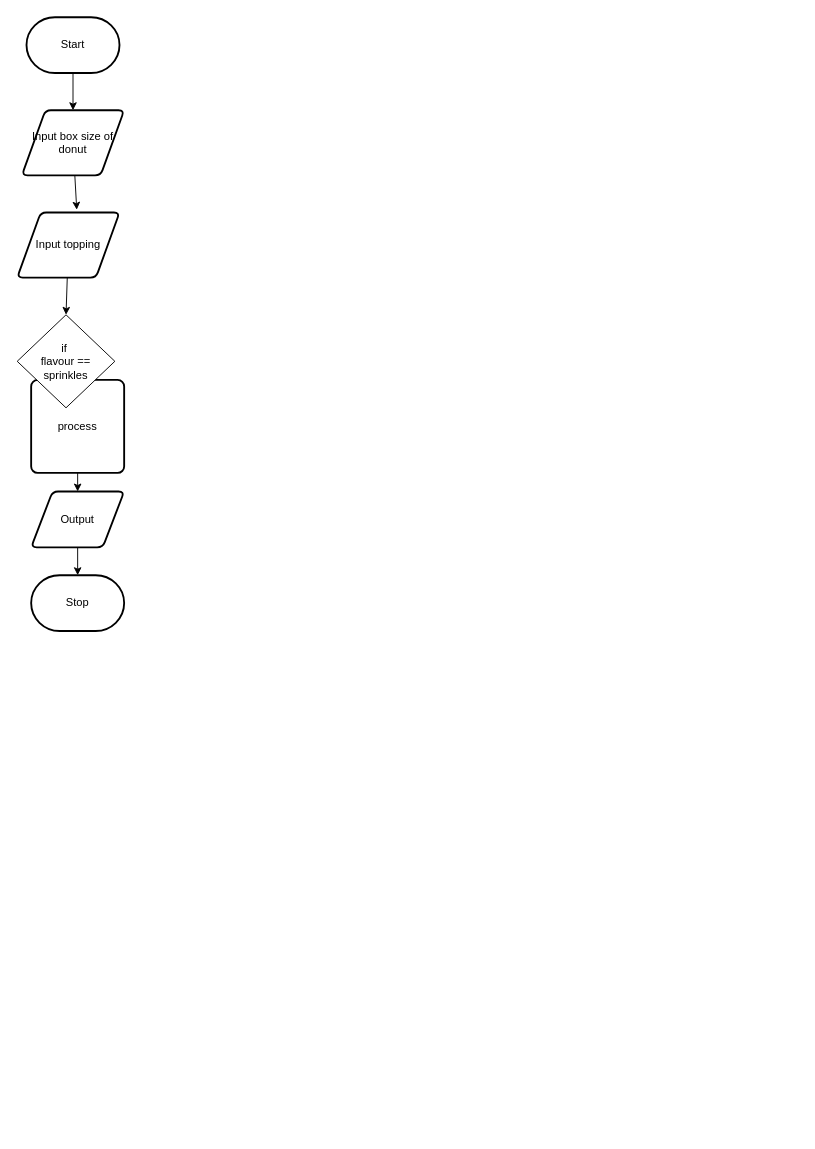
Liya-Getachew/ICS2O-Assignment-4 keeps this draw.io diagram as design/flow-chart.drawio. Above is the earlier version. Source tidied: cells renumbered, new cells numbered last; positions are measured from the earlier drawing's top-left corner, leaving out a move shared by most shapes. Both pictures are drawn from the tidied source at 93%, with x=0, y=0 at pixel (17, 17).
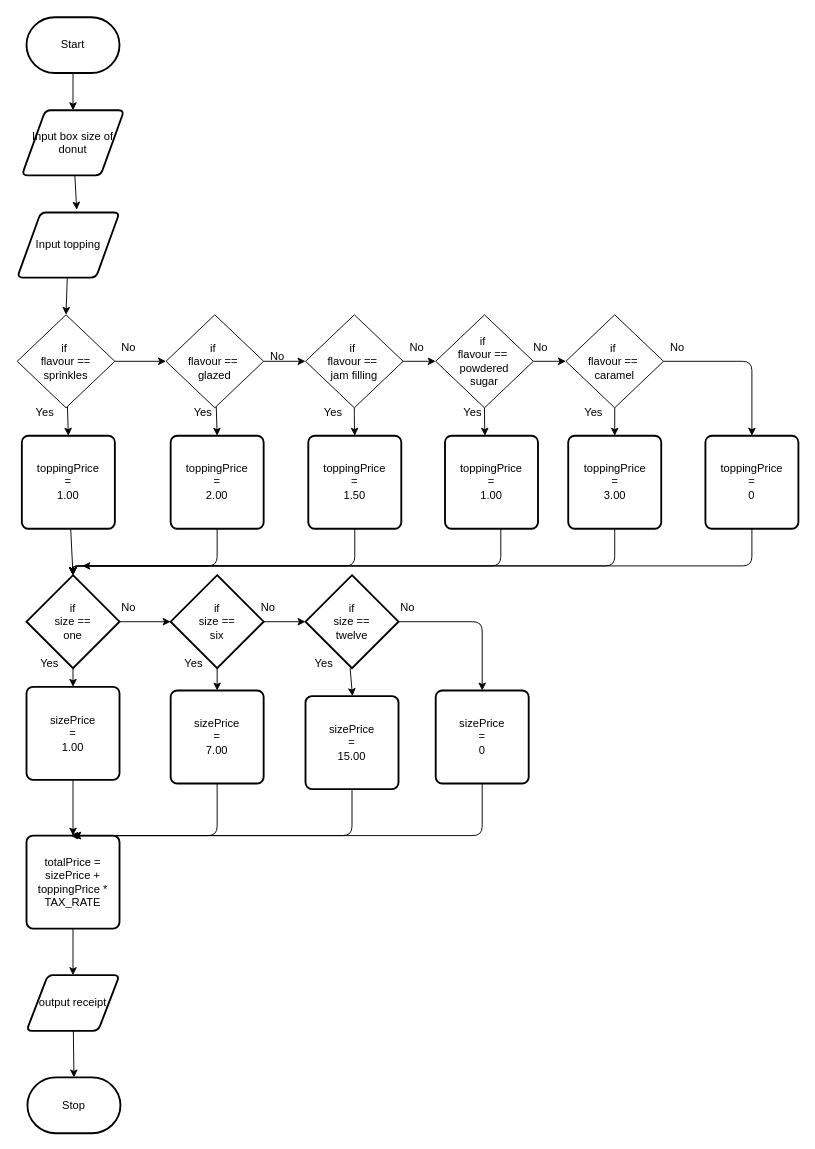
The same page after the edit.

Commit message (it also covers changes not shown here):
flow chart

Unchanged cells that the change refers to:
```xml
<mxCell id="13" value="if&amp;nbsp;&lt;br&gt;flavour == sprinkles" style="rhombus;whiteSpace=wrap;html=1;" parent="1" vertex="1">
  <mxGeometry y="320" width="105" height="100" as="geometry" />
</mxCell>
```

Change to the diagram source:
```diff
@@
-    <mxCell id="6" style="edgeStyle=none;html=1;" parent="1" edge="1" source="7" target="9">
-      <mxGeometry relative="1" as="geometry" />
-    </mxCell>
+    <mxCell id="14" style="edgeStyle=none;html=1;entryX=0.5;entryY=0;entryDx=0;entryDy=0;entryPerimeter=0;" parent="1" edge="1" source="7" target="19">
+      <mxGeometry relative="1" as="geometry" />
+    </mxCell>
-    <mxCell id="7" value="process" style="rounded=1;whiteSpace=wrap;html=1;absoluteArcSize=1;arcSize=14;strokeWidth=2;" parent="1" vertex="1">
-      <mxGeometry x="15" y="390" width="100" height="100" as="geometry" />
+    <mxCell id="7" value="toppingPrice&lt;br&gt;=&lt;br&gt;1.00" style="rounded=1;whiteSpace=wrap;html=1;absoluteArcSize=1;arcSize=14;strokeWidth=2;" parent="1" vertex="1">
+      <mxGeometry x="5" y="450" width="100" height="100" as="geometry" />
     </mxCell>
-    <mxCell id="8" style="edgeStyle=none;html=1;" parent="1" edge="1" source="9" target="10">
-      <mxGeometry relative="1" as="geometry" />
-    </mxCell>
-    <mxCell id="9" value="Output" style="shape=parallelogram;html=1;strokeWidth=2;perimeter=parallelogramPerimeter;whiteSpace=wrap;rounded=1;arcSize=12;size=0.23;" parent="1" vertex="1">
-      <mxGeometry x="15" y="510" width="100" height="60" as="geometry" />
-    </mxCell>
     <mxCell id="10" value="Stop" style="strokeWidth=2;html=1;shape=mxgraph.flowchart.terminator;whiteSpace=wrap;" parent="1" vertex="1">
-      <mxGeometry x="15" y="600" width="100" height="60" as="geometry" />
+      <mxGeometry x="11" y="1140" width="100" height="60" as="geometry" />
     </mxCell>
@@
+    <mxCell id="15" style="edgeStyle=none;html=1;entryX=0.5;entryY=0;entryDx=0;entryDy=0;" parent="1" edge="1" source="13" target="7">
+      <mxGeometry relative="1" as="geometry" />
+    </mxCell>
+    <mxCell id="16" style="edgeStyle=none;html=1;entryX=0;entryY=0.5;entryDx=0;entryDy=0;" parent="1" edge="1" source="13" target="30">
+      <mxGeometry relative="1" as="geometry" />
+    </mxCell>
@@
+    <mxCell id="17" style="edgeStyle=none;html=1;entryX=0.5;entryY=0;entryDx=0;entryDy=0;" parent="1" edge="1" source="19" target="21">
+      <mxGeometry relative="1" as="geometry" />
+    </mxCell>
+    <mxCell id="18" style="edgeStyle=orthogonalEdgeStyle;html=1;entryX=0;entryY=0.5;entryDx=0;entryDy=0;entryPerimeter=0;" parent="1" edge="1" source="19" target="61">
+      <mxGeometry relative="1" as="geometry" />
+    </mxCell>
+    <mxCell id="19" value="if &lt;br&gt;size ==&lt;br&gt;one" style="strokeWidth=2;html=1;shape=mxgraph.flowchart.decision;whiteSpace=wrap;" parent="1" vertex="1">
+      <mxGeometry x="10" y="600" width="100" height="100" as="geometry" />
+    </mxCell>
+    <mxCell id="20" style="edgeStyle=none;html=1;entryX=0.5;entryY=0;entryDx=0;entryDy=0;" parent="1" edge="1" source="21" target="23">
+      <mxGeometry relative="1" as="geometry" />
+    </mxCell>
+    <mxCell id="21" value="sizePrice&lt;br&gt;=&lt;br&gt;1.00" style="rounded=1;whiteSpace=wrap;html=1;absoluteArcSize=1;arcSize=14;strokeWidth=2;" parent="1" vertex="1">
+      <mxGeometry x="10" y="720" width="100" height="100" as="geometry" />
+    </mxCell>
+    <mxCell id="22" style="edgeStyle=none;html=1;entryX=0.5;entryY=0;entryDx=0;entryDy=0;" parent="1" edge="1" source="23" target="25">
+      <mxGeometry relative="1" as="geometry" />
+    </mxCell>
+    <mxCell id="23" value="totalPrice =&lt;br&gt;sizePrice + toppingPrice * TAX_RATE" style="rounded=1;whiteSpace=wrap;html=1;absoluteArcSize=1;arcSize=14;strokeWidth=2;" parent="1" vertex="1">
+      <mxGeometry x="10" y="880" width="100" height="100" as="geometry" />
+    </mxCell>
+    <mxCell id="24" style="edgeStyle=none;html=1;entryX=0.5;entryY=0;entryDx=0;entryDy=0;entryPerimeter=0;" parent="1" edge="1" source="25" target="10">
+      <mxGeometry relative="1" as="geometry" />
+    </mxCell>
+    <mxCell id="25" value="output receipt" style="shape=parallelogram;html=1;strokeWidth=2;perimeter=parallelogramPerimeter;whiteSpace=wrap;rounded=1;arcSize=12;size=0.23;" parent="1" vertex="1">
+      <mxGeometry x="10" y="1030" width="100" height="60" as="geometry" />
+    </mxCell>
+    <mxCell id="26" value="Yes" style="text;html=1;strokeColor=none;fillColor=none;align=center;verticalAlign=middle;whiteSpace=wrap;rounded=0;" parent="1" vertex="1">
+      <mxGeometry y="410" width="60" height="30" as="geometry" />
+    </mxCell>
+    <mxCell id="27" value="Yes" style="text;html=1;strokeColor=none;fillColor=none;align=center;verticalAlign=middle;whiteSpace=wrap;rounded=0;" parent="1" vertex="1">
+      <mxGeometry x="5" y="680" width="60" height="30" as="geometry" />
+    </mxCell>
+    <mxCell id="28" style="edgeStyle=none;html=1;entryX=0.5;entryY=0;entryDx=0;entryDy=0;" parent="1" edge="1" source="30" target="32">
+      <mxGeometry relative="1" as="geometry" />
+    </mxCell>
+    <mxCell id="29" style="edgeStyle=orthogonalEdgeStyle;html=1;entryX=0;entryY=0.5;entryDx=0;entryDy=0;" parent="1" edge="1" source="30" target="36">
+      <mxGeometry relative="1" as="geometry" />
+    </mxCell>
+    <mxCell id="30" value="if&amp;nbsp;&lt;br&gt;flavour ==&amp;nbsp;&lt;br&gt;glazed" style="rhombus;whiteSpace=wrap;html=1;" parent="1" vertex="1">
+      <mxGeometry x="160" y="320" width="105" height="100" as="geometry" />
+    </mxCell>
+    <mxCell id="31" style="edgeStyle=orthogonalEdgeStyle;html=1;entryX=0.5;entryY=0;entryDx=0;entryDy=0;entryPerimeter=0;" parent="1" edge="1" source="32" target="19">
+      <mxGeometry relative="1" as="geometry">
+        <Array as="points">
+          <mxPoint x="215" y="590" />
+        </Array>
+      </mxGeometry>
+    </mxCell>
+    <mxCell id="32" value="toppingPrice&lt;br&gt;=&lt;br&gt;2.00" style="rounded=1;whiteSpace=wrap;html=1;absoluteArcSize=1;arcSize=14;strokeWidth=2;" parent="1" vertex="1">
+      <mxGeometry x="165" y="450" width="100" height="100" as="geometry" />
+    </mxCell>
+    <mxCell id="33" value="Yes" style="text;html=1;strokeColor=none;fillColor=none;align=center;verticalAlign=middle;whiteSpace=wrap;rounded=0;" parent="1" vertex="1">
+      <mxGeometry x="170" y="410" width="60" height="30" as="geometry" />
+    </mxCell>
+    <mxCell id="34" style="edgeStyle=orthogonalEdgeStyle;html=1;" parent="1" edge="1" source="36" target="39">
+      <mxGeometry relative="1" as="geometry" />
+    </mxCell>
+    <mxCell id="35" style="edgeStyle=orthogonalEdgeStyle;html=1;entryX=0.5;entryY=0;entryDx=0;entryDy=0;" parent="1" edge="1" source="36" target="44">
+      <mxGeometry relative="1" as="geometry" />
+    </mxCell>
+    <mxCell id="36" value="if&amp;nbsp;&lt;br&gt;flavour ==&amp;nbsp;&lt;br&gt;jam filling" style="rhombus;whiteSpace=wrap;html=1;" parent="1" vertex="1">
+      <mxGeometry x="310" y="320" width="105" height="100" as="geometry" />
+    </mxCell>
+    <mxCell id="37" style="edgeStyle=orthogonalEdgeStyle;html=1;entryX=0.43;entryY=0;entryDx=0;entryDy=0;entryPerimeter=0;" parent="1" edge="1" source="39" target="46">
+      <mxGeometry relative="1" as="geometry" />
+    </mxCell>
+    <mxCell id="38" style="edgeStyle=orthogonalEdgeStyle;html=1;entryX=0;entryY=0.5;entryDx=0;entryDy=0;" parent="1" edge="1" source="39" target="42">
+      <mxGeometry relative="1" as="geometry" />
+    </mxCell>
+    <mxCell id="39" value="if&amp;nbsp;&lt;br&gt;flavour ==&amp;nbsp;&lt;br&gt;powdered &lt;br&gt;sugar" style="rhombus;whiteSpace=wrap;html=1;" parent="1" vertex="1">
+      <mxGeometry x="450" y="320" width="105" height="100" as="geometry" />
+    </mxCell>
+    <mxCell id="40" style="edgeStyle=orthogonalEdgeStyle;html=1;entryX=0.5;entryY=0;entryDx=0;entryDy=0;" parent="1" edge="1" source="42" target="48">
+      <mxGeometry relative="1" as="geometry" />
+    </mxCell>
+    <mxCell id="41" style="edgeStyle=orthogonalEdgeStyle;html=1;entryX=0.5;entryY=0;entryDx=0;entryDy=0;" parent="1" edge="1" source="42" target="50">
+      <mxGeometry relative="1" as="geometry" />
+    </mxCell>
+    <mxCell id="42" value="if&amp;nbsp;&lt;br&gt;flavour ==&amp;nbsp;&lt;br&gt;caramel" style="rhombus;whiteSpace=wrap;html=1;" parent="1" vertex="1">
+      <mxGeometry x="590" y="320" width="105" height="100" as="geometry" />
+    </mxCell>
+    <mxCell id="43" style="edgeStyle=orthogonalEdgeStyle;html=1;entryX=0.5;entryY=0;entryDx=0;entryDy=0;entryPerimeter=0;" parent="1" edge="1" source="44" target="19">
+      <mxGeometry relative="1" as="geometry">
+        <Array as="points">
+          <mxPoint x="363" y="590" />
+        </Array>
+      </mxGeometry>
+    </mxCell>
+    <mxCell id="44" value="toppingPrice&lt;br&gt;=&lt;br&gt;1.50" style="rounded=1;whiteSpace=wrap;html=1;absoluteArcSize=1;arcSize=14;strokeWidth=2;" parent="1" vertex="1">
+      <mxGeometry x="313" y="450" width="100" height="100" as="geometry" />
+    </mxCell>
+    <mxCell id="45" style="edgeStyle=orthogonalEdgeStyle;html=1;entryX=0.5;entryY=0;entryDx=0;entryDy=0;entryPerimeter=0;" parent="1" edge="1" source="46" target="19">
+      <mxGeometry relative="1" as="geometry">
+        <Array as="points">
+          <mxPoint x="520" y="590" />
+        </Array>
+      </mxGeometry>
+    </mxCell>
+    <mxCell id="46" value="toppingPrice&lt;br&gt;=&lt;br&gt;1.00" style="rounded=1;whiteSpace=wrap;html=1;absoluteArcSize=1;arcSize=14;strokeWidth=2;" parent="1" vertex="1">
+      <mxGeometry x="460" y="450" width="100" height="100" as="geometry" />
+    </mxCell>
+    <mxCell id="47" style="edgeStyle=orthogonalEdgeStyle;html=1;entryX=0.5;entryY=0;entryDx=0;entryDy=0;entryPerimeter=0;" parent="1" edge="1" source="48" target="19">
+      <mxGeometry relative="1" as="geometry">
+        <Array as="points">
+          <mxPoint x="643" y="590" />
+        </Array>
+      </mxGeometry>
+    </mxCell>
+    <mxCell id="48" value="toppingPrice&lt;br&gt;=&lt;br&gt;3.00" style="rounded=1;whiteSpace=wrap;html=1;absoluteArcSize=1;arcSize=14;strokeWidth=2;" parent="1" vertex="1">
+      <mxGeometry x="592.5" y="450" width="100" height="100" as="geometry" />
+    </mxCell>
+    <mxCell id="49" style="edgeStyle=orthogonalEdgeStyle;html=1;" parent="1" edge="1" source="50">
+      <mxGeometry relative="1" as="geometry">
+        <mxPoint x="70" y="590" as="targetPoint" />
+        <Array as="points">
+          <mxPoint x="790" y="590" />
+        </Array>
+      </mxGeometry>
+    </mxCell>
+    <mxCell id="50" value="toppingPrice&lt;br&gt;=&lt;br&gt;0" style="rounded=1;whiteSpace=wrap;html=1;absoluteArcSize=1;arcSize=14;strokeWidth=2;" parent="1" vertex="1">
+      <mxGeometry x="740" y="450" width="100" height="100" as="geometry" />
+    </mxCell>
+    <mxCell id="51" value="Yes" style="text;html=1;strokeColor=none;fillColor=none;align=center;verticalAlign=middle;whiteSpace=wrap;rounded=0;" parent="1" vertex="1">
+      <mxGeometry x="310" y="410" width="60" height="30" as="geometry" />
+    </mxCell>
+    <mxCell id="52" value="Yes" style="text;html=1;strokeColor=none;fillColor=none;align=center;verticalAlign=middle;whiteSpace=wrap;rounded=0;" parent="1" vertex="1">
+      <mxGeometry x="460" y="410" width="60" height="30" as="geometry" />
+    </mxCell>
+    <mxCell id="53" value="Yes" style="text;html=1;strokeColor=none;fillColor=none;align=center;verticalAlign=middle;whiteSpace=wrap;rounded=0;" parent="1" vertex="1">
+      <mxGeometry x="590" y="410" width="60" height="30" as="geometry" />
+    </mxCell>
+    <mxCell id="54" value="No" style="text;html=1;strokeColor=none;fillColor=none;align=center;verticalAlign=middle;whiteSpace=wrap;rounded=0;" parent="1" vertex="1">
+      <mxGeometry x="680" y="340" width="60" height="30" as="geometry" />
+    </mxCell>
+    <mxCell id="55" value="No" style="text;html=1;strokeColor=none;fillColor=none;align=center;verticalAlign=middle;whiteSpace=wrap;rounded=0;" parent="1" vertex="1">
+      <mxGeometry x="532.5" y="340" width="60" height="30" as="geometry" />
+    </mxCell>
+    <mxCell id="56" value="No" style="text;html=1;strokeColor=none;fillColor=none;align=center;verticalAlign=middle;whiteSpace=wrap;rounded=0;" parent="1" vertex="1">
+      <mxGeometry x="400" y="340" width="60" height="30" as="geometry" />
+    </mxCell>
+    <mxCell id="57" value="No" style="text;html=1;strokeColor=none;fillColor=none;align=center;verticalAlign=middle;whiteSpace=wrap;rounded=0;" parent="1" vertex="1">
+      <mxGeometry x="250" y="350" width="60" height="30" as="geometry" />
+    </mxCell>
+    <mxCell id="58" value="No" style="text;html=1;strokeColor=none;fillColor=none;align=center;verticalAlign=middle;whiteSpace=wrap;rounded=0;" parent="1" vertex="1">
+      <mxGeometry x="90" y="340" width="60" height="30" as="geometry" />
+    </mxCell>
+    <mxCell id="59" style="edgeStyle=orthogonalEdgeStyle;html=1;" parent="1" edge="1" source="61" target="64">
+      <mxGeometry relative="1" as="geometry" />
+    </mxCell>
+    <mxCell id="60" style="edgeStyle=orthogonalEdgeStyle;html=1;entryX=0.5;entryY=0;entryDx=0;entryDy=0;" parent="1" edge="1" source="61" target="66">
+      <mxGeometry relative="1" as="geometry" />
+    </mxCell>
+    <mxCell id="61" value="if &lt;br&gt;size ==&lt;br&gt;six" style="strokeWidth=2;html=1;shape=mxgraph.flowchart.decision;whiteSpace=wrap;" parent="1" vertex="1">
+      <mxGeometry x="165" y="600" width="100" height="100" as="geometry" />
+    </mxCell>
+    <mxCell id="62" style="html=1;entryX=0.5;entryY=0;entryDx=0;entryDy=0;" parent="1" edge="1">
+      <mxGeometry relative="1" as="geometry">
+        <mxPoint x="358" y="700" as="sourcePoint" />
+        <mxPoint x="360.5" y="730" as="targetPoint" />
+      </mxGeometry>
+    </mxCell>
+    <mxCell id="63" style="edgeStyle=orthogonalEdgeStyle;html=1;entryX=0.5;entryY=0;entryDx=0;entryDy=0;" parent="1" edge="1" source="64" target="72">
+      <mxGeometry relative="1" as="geometry" />
+    </mxCell>
+    <mxCell id="64" value="if &lt;br&gt;size ==&lt;br&gt;twelve" style="strokeWidth=2;html=1;shape=mxgraph.flowchart.decision;whiteSpace=wrap;" parent="1" vertex="1">
+      <mxGeometry x="310" y="600" width="100" height="100" as="geometry" />
+    </mxCell>
+    <mxCell id="65" style="edgeStyle=orthogonalEdgeStyle;html=1;entryX=0.5;entryY=0;entryDx=0;entryDy=0;" parent="1" edge="1" source="66" target="23">
+      <mxGeometry relative="1" as="geometry">
+        <Array as="points">
+          <mxPoint x="215" y="880" />
+        </Array>
+      </mxGeometry>
+    </mxCell>
+    <mxCell id="66" value="sizePrice&lt;br&gt;=&lt;br&gt;7.00" style="rounded=1;whiteSpace=wrap;html=1;absoluteArcSize=1;arcSize=14;strokeWidth=2;" parent="1" vertex="1">
+      <mxGeometry x="165" y="724" width="100" height="100" as="geometry" />
+    </mxCell>
+    <mxCell id="67" value="Yes" style="text;html=1;strokeColor=none;fillColor=none;align=center;verticalAlign=middle;whiteSpace=wrap;rounded=0;" parent="1" vertex="1">
+      <mxGeometry x="160" y="680" width="60" height="30" as="geometry" />
+    </mxCell>
+    <mxCell id="68" value="Yes" style="text;html=1;strokeColor=none;fillColor=none;align=center;verticalAlign=middle;whiteSpace=wrap;rounded=0;" parent="1" vertex="1">
+      <mxGeometry x="300" y="680" width="60" height="30" as="geometry" />
+    </mxCell>
+    <mxCell id="69" style="edgeStyle=orthogonalEdgeStyle;html=1;entryX=0.5;entryY=0;entryDx=0;entryDy=0;" parent="1" edge="1" source="70" target="23">
+      <mxGeometry relative="1" as="geometry">
+        <Array as="points">
+          <mxPoint x="360" y="880" />
+        </Array>
+      </mxGeometry>
+    </mxCell>
+    <mxCell id="70" value="sizePrice&lt;br&gt;=&lt;br&gt;15.00" style="rounded=1;whiteSpace=wrap;html=1;absoluteArcSize=1;arcSize=14;strokeWidth=2;" parent="1" vertex="1">
+      <mxGeometry x="310" y="730" width="100" height="100" as="geometry" />
+    </mxCell>
+    <mxCell id="71" style="edgeStyle=orthogonalEdgeStyle;html=1;" parent="1" edge="1" source="72">
+      <mxGeometry relative="1" as="geometry">
+        <mxPoint x="57" y="880" as="targetPoint" />
+        <Array as="points">
+          <mxPoint x="500" y="880" />
+        </Array>
+      </mxGeometry>
+    </mxCell>
+    <mxCell id="72" value="sizePrice&lt;br&gt;=&lt;br&gt;0" style="rounded=1;whiteSpace=wrap;html=1;absoluteArcSize=1;arcSize=14;strokeWidth=2;" parent="1" vertex="1">
+      <mxGeometry x="450" y="724" width="100" height="100" as="geometry" />
+    </mxCell>
+    <mxCell id="73" value="No" style="text;html=1;strokeColor=none;fillColor=none;align=center;verticalAlign=middle;whiteSpace=wrap;rounded=0;" parent="1" vertex="1">
+      <mxGeometry x="90" y="620" width="60" height="30" as="geometry" />
+    </mxCell>
+    <mxCell id="74" value="No" style="text;html=1;strokeColor=none;fillColor=none;align=center;verticalAlign=middle;whiteSpace=wrap;rounded=0;" parent="1" vertex="1">
+      <mxGeometry x="240" y="620" width="60" height="30" as="geometry" />
+    </mxCell>
+    <mxCell id="75" value="No" style="text;html=1;strokeColor=none;fillColor=none;align=center;verticalAlign=middle;whiteSpace=wrap;rounded=0;" parent="1" vertex="1">
+      <mxGeometry x="390" y="620" width="60" height="30" as="geometry" />
+    </mxCell>
```
